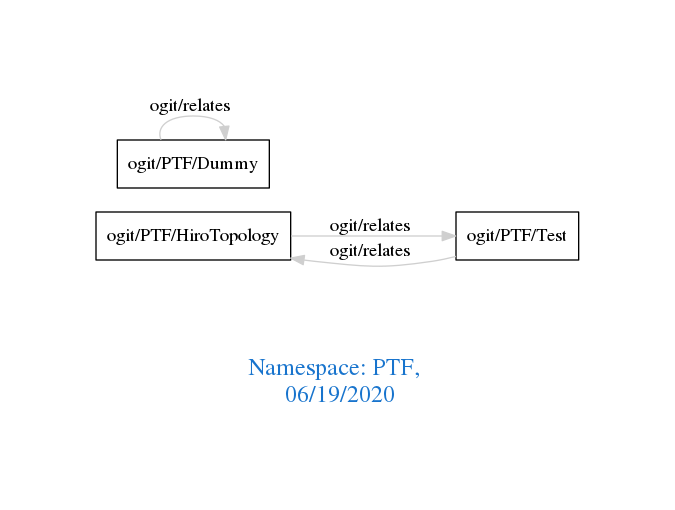
The Graphviz diagram downloads/PTF.png in arago/OGIT, before a commit. Its source is kept beside it as downloads/PTF.dot.
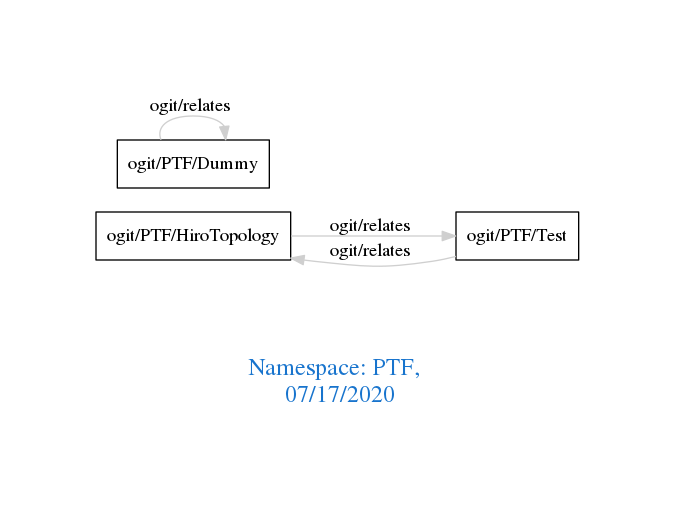
The same file after the commit.

Diff of the diagram source:
```diff
@@ -1,7 +1,7 @@
 digraph OGIT_ontology {
  graph [ rankdir= LR,pad=1
 fontsize = 18,
-fontcolor= dodgerblue3,label = "\n\n\nNamespace: PTF, \n 06/19/2020"];
+fontcolor= dodgerblue3,label = "\n\n\nNamespace: PTF, \n 07/17/2020"];
 node[shape=polygon];
 edge [  color="gray81"];
 
```
